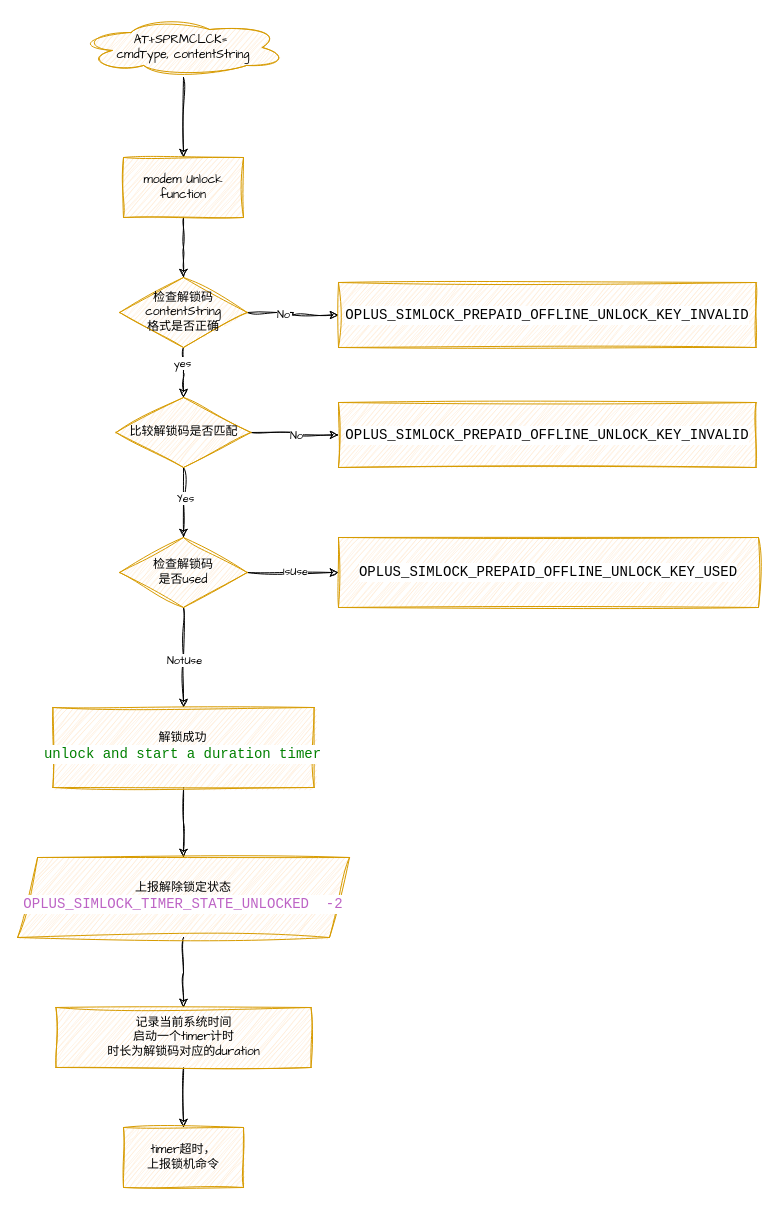
Earlier version of the draw.io diagram 预付费临时解锁码解锁逻辑.drawio (yangzetuoyuan/yangzetuoyuan.github.io). Source tidied: cells renumbered, new cells numbered last; positions are measured from the earlier drawing's top-left corner, leaving out a move shared by most shapes. Both pictures are drawn from the tidied source at 100%, with x=0, y=0 at pixel (17, 17).
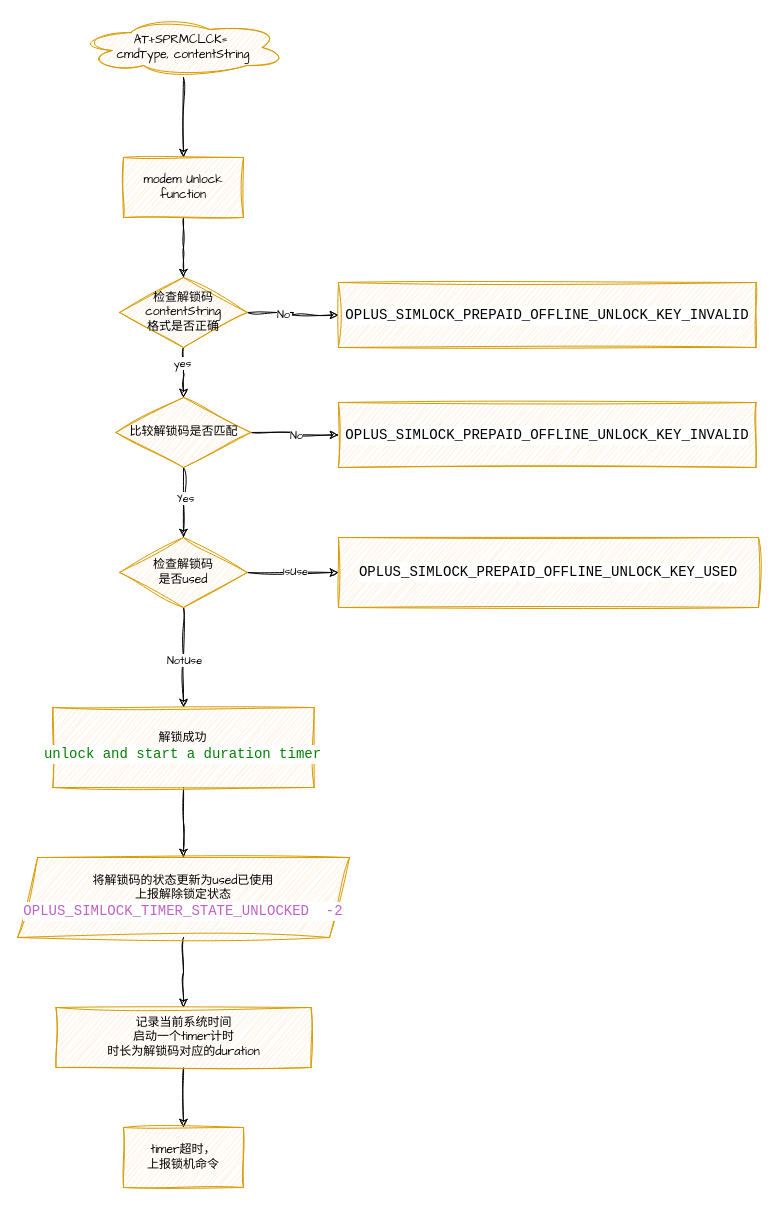
After the change.

Commit message:
更新预付费临时解锁码解锁逻辑.drawio

Diff of the diagram source:
```diff
@@
-    <mxCell id="27" value="上报解除锁定状态&lt;div&gt;&lt;div style=&quot;background-color: rgb(255, 255, 255); font-family: Consolas, &amp;quot;Courier New&amp;quot;, monospace; font-size: 14px; line-height: 19px; white-space: pre;&quot;&gt;&lt;span style=&quot;color: #bd63c5;&quot;&gt;OPLUS_SIMLOCK_TIMER_STATE_UNLOCKED  -2&lt;/span&gt;&lt;/div&gt;&lt;/div&gt;" style="shape=parallelogram;perimeter=parallelogramPerimeter;whiteSpace=wrap;html=1;fixedSize=1;fontFamily=Architects Daughter;fillColor=#ffe6cc;strokeColor=#d79b00;sketch=1;hachureGap=4;jiggle=2;curveFitting=1;" parent="1" vertex="1">
+    <mxCell id="27" value="&lt;div&gt;&lt;div&gt;将解锁码的状态更新为used已使用&lt;/div&gt;&lt;/div&gt;上报解除锁定状态&lt;div&gt;&lt;div style=&quot;background-color: rgb(255, 255, 255); font-family: Consolas, &amp;quot;Courier New&amp;quot;, monospace; font-size: 14px; line-height: 19px; white-space: pre;&quot;&gt;&lt;span style=&quot;color: #bd63c5;&quot;&gt;OPLUS_SIMLOCK_TIMER_STATE_UNLOCKED  -2&lt;/span&gt;&lt;/div&gt;&lt;/div&gt;" style="shape=parallelogram;perimeter=parallelogramPerimeter;whiteSpace=wrap;html=1;fixedSize=1;fontFamily=Architects Daughter;fillColor=#ffe6cc;strokeColor=#d79b00;sketch=1;hachureGap=4;jiggle=2;curveFitting=1;" parent="1" vertex="1">
       <mxGeometry x="0.1" y="840" width="331.9" height="80" as="geometry" />
     </mxCell>
```
